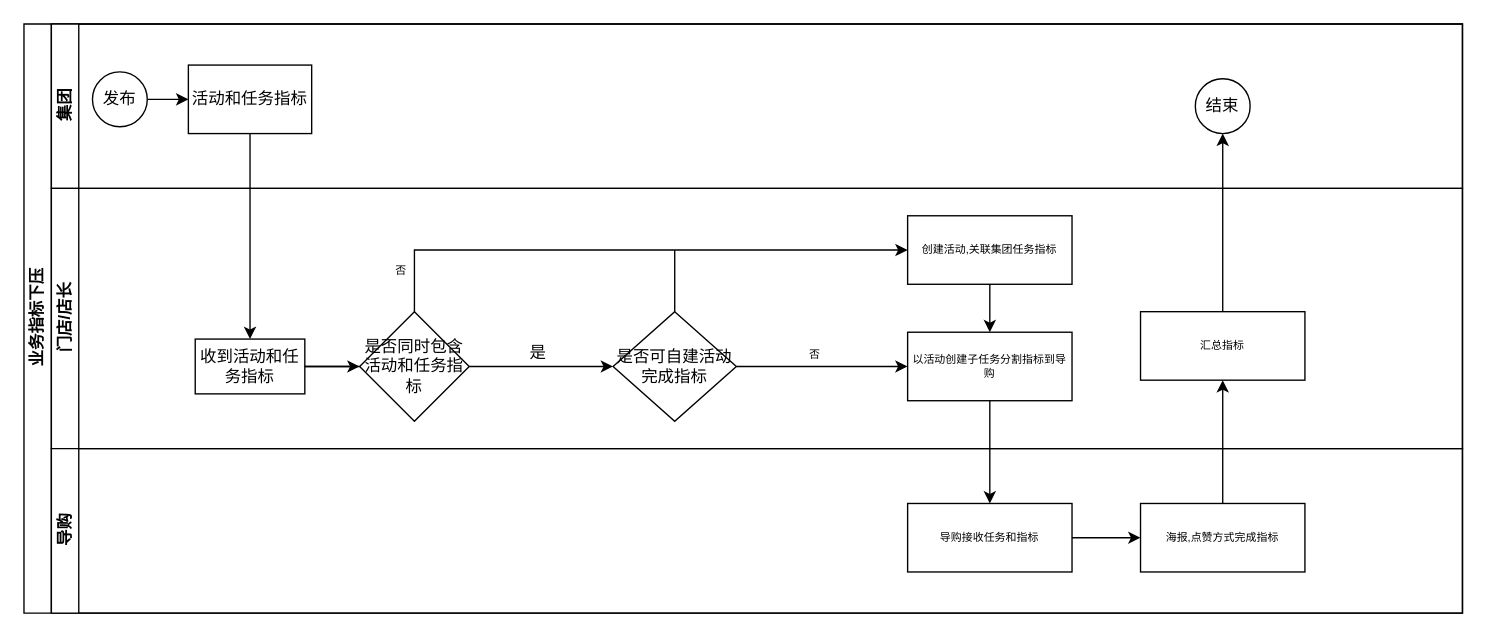
Above: examples/业务闭环.drawio in linxinqiang90/drawio (draw.io), before the change. Source tidied: cells renumbered, new cells numbered last; positions are measured from the earlier drawing's top-left corner, leaving out a move shared by most shapes. Both pictures are drawn from the tidied source at 137%, with x=0, y=0 at pixel (23, 23).
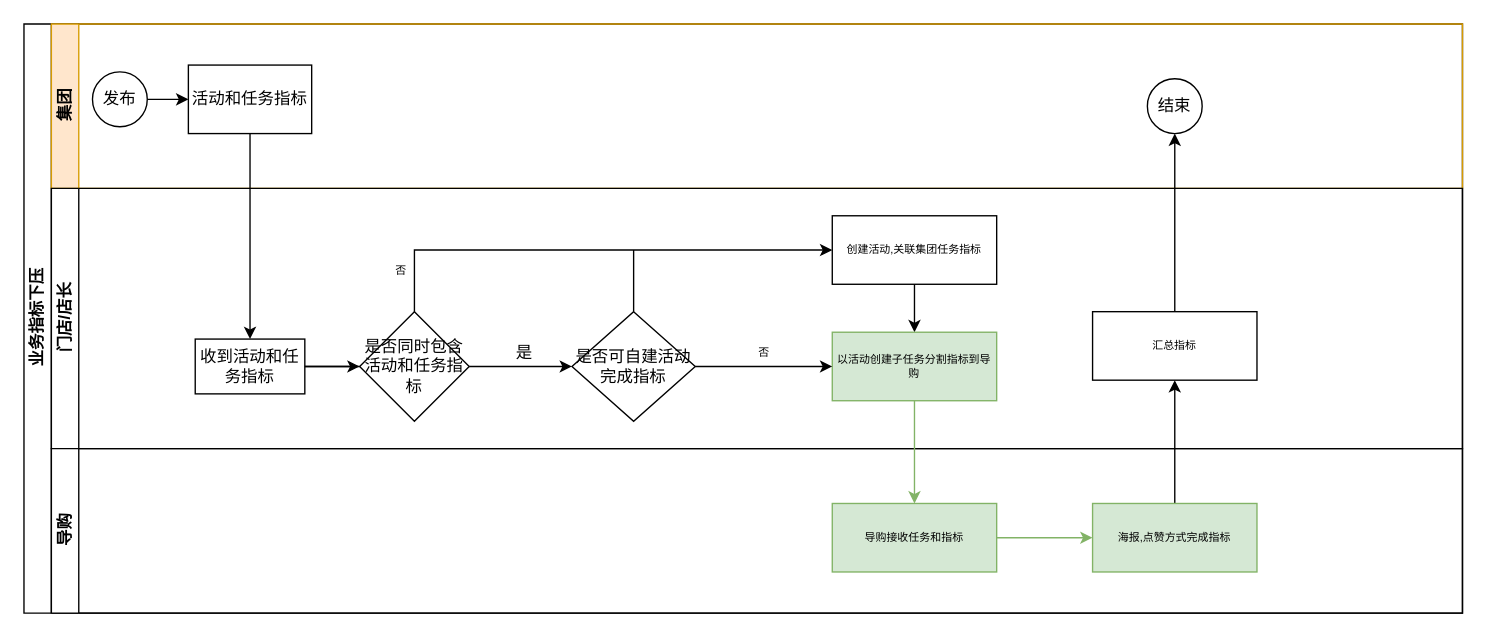
The same diagram, later.

Commit message (it also covers changes not shown here):
更新业务闭环.drawio

Unchanged cells that the change refers to:
```xml
<mxCell id="2" value="业务指标下压" style="swimlane;html=1;horizontal=0;startSize=20;" parent="1" vertex="1">
  <mxGeometry width="1050" height="430" as="geometry" />
</mxCell>
<mxCell id="8" value="门店/店长" style="swimlane;html=1;startSize=20;horizontal=0;" parent="2" vertex="1">
  <mxGeometry x="20" y="120" width="1030" height="190" as="geometry" />
</mxCell>
<mxCell id="25" value="导购" style="swimlane;html=1;startSize=20;horizontal=0;" parent="2" vertex="1">
  <mxGeometry x="20" y="310" width="1030" height="120" as="geometry" />
</mxCell>
```

Diff of the diagram source:
```diff
@@
-    <mxCell id="3" value="集团&lt;br&gt;" style="swimlane;html=1;startSize=20;horizontal=0;" parent="2" vertex="1">
+    <mxCell id="3" value="集团&lt;br&gt;" style="swimlane;html=1;startSize=20;horizontal=0;fillColor=#ffe6cc;strokeColor=#d79b00;" parent="2" vertex="1">
       <mxGeometry x="20" width="1030" height="120" as="geometry" />
     </mxCell>
@@
     <mxCell id="7" value="结束" style="ellipse;whiteSpace=wrap;html=1;" parent="3" vertex="1">
-      <mxGeometry x="835" y="40" width="40" height="40" as="geometry" />
+      <mxGeometry x="800" y="40" width="40" height="40" as="geometry" />
     </mxCell>
+    <mxCell id="31" style="edgeStyle=orthogonalEdgeStyle;rounded=0;jettySize=auto;html=1;fontSize=8;" parent="2" edge="1" source="28" target="16">
+      <mxGeometry relative="1" as="geometry" />
+    </mxCell>
+    <mxCell id="32" style="edgeStyle=orthogonalEdgeStyle;rounded=0;jettySize=auto;html=1;fontSize=8;" parent="2" edge="1" source="16" target="7">
+      <mxGeometry relative="1" as="geometry" />
+    </mxCell>
@@
     <mxCell id="11" value="是否可自建活动完成指标" style="rhombus;whiteSpace=wrap;html=1;fontFamily=Helvetica;fontSize=12;fontColor=#000000;align=center;" parent="8" vertex="1">
-      <mxGeometry x="410" y="90" width="90" height="80" as="geometry" />
+      <mxGeometry x="380" y="90" width="90" height="80" as="geometry" />
     </mxCell>
-    <mxCell id="12" style="edgeStyle=orthogonalEdgeStyle;rounded=0;jettySize=auto;html=1;fontSize=8;" parent="8" edge="1" target="15">
+    <mxCell id="12" style="edgeStyle=orthogonalEdgeStyle;rounded=0;orthogonalLoop=1;jettySize=auto;html=1;fontSize=8;" parent="8" edge="1">
       <mxGeometry relative="1" as="geometry">
-        <mxPoint x="685" y="60" as="sourcePoint" />
+        <mxPoint x="630" y="60" as="sourcePoint" />
+        <mxPoint x="630" y="105" as="targetPoint" />
         <Array as="points">
-          <mxPoint x="685" y="80" />
-          <mxPoint x="685" y="80" />
+          <mxPoint x="630" y="80" />
+          <mxPoint x="630" y="80" />
         </Array>
       </mxGeometry>
     </mxCell>
     <mxCell id="13" value="创建活动,关联集团任务指标" style="whiteSpace=wrap;html=1;fontColor=#000000;fontSize=8;" parent="8" vertex="1">
-      <mxGeometry x="625" y="20" width="120" height="50" as="geometry" />
+      <mxGeometry x="570" y="20" width="120" height="50" as="geometry" />
     </mxCell>
     <mxCell id="14" value="是" style="text;html=1;align=center;verticalAlign=middle;strokeColor=none;fillColor=none;" parent="8" vertex="1">
-      <mxGeometry x="340" y="110" width="30" height="20" as="geometry" />
+      <mxGeometry x="330" y="110" width="30" height="20" as="geometry" />
     </mxCell>
-    <mxCell id="15" value="以活动创建子任务分割指标到导购" style="whiteSpace=wrap;html=1;fontSize=8;fontColor=#000000;" parent="8" vertex="1">
-      <mxGeometry x="625" y="105" width="120" height="50" as="geometry" />
+    <mxCell id="15" value="以活动创建子任务分割指标到导购" style="whiteSpace=wrap;html=1;fontSize=8;fillColor=#d5e8d4;strokeColor=#82b366;" parent="8" vertex="1">
+      <mxGeometry x="570" y="105" width="120" height="50" as="geometry" />
     </mxCell>
     <mxCell id="16" value="汇总指标" style="whiteSpace=wrap;html=1;fontSize=8;rounded=0;" parent="8" vertex="1">
-      <mxGeometry x="795" y="90" width="120" height="50" as="geometry" />
+      <mxGeometry x="760" y="90" width="120" height="50" as="geometry" />
     </mxCell>
-    <mxCell id="17" style="endArrow=classic;html=1;rounded=0;fontSize=8;exitX=1;exitY=0.5;exitDx=0;exitDy=0;" parent="8" edge="1" source="11">
-      <mxGeometry relative="1" as="geometry">
-        <mxPoint x="625" y="130" as="targetPoint" />
-        <Array as="points">
-          <mxPoint x="580" y="130" />
-        </Array>
-      </mxGeometry>
-    </mxCell>
-    <mxCell id="18" value="否" style="edgeLabel;html=1;align=center;verticalAlign=middle;fontSize=8;" parent="17" vertex="1">
-      <mxGeometry x="-0.1" y="-2" relative="1" as="geometry">
-        <mxPoint y="-12" as="offset" />
-      </mxGeometry>
-    </mxCell>
@@
     <mxCell id="24" style="endArrow=none;html=1;rounded=0;fontSize=8;exitX=0.5;exitY=0;exitDx=0;exitDy=0;" parent="8" edge="1" source="11">
       <mxGeometry relative="1" as="geometry">
-        <mxPoint x="455" y="45" as="targetPoint" />
+        <mxPoint x="425" y="45" as="targetPoint" />
       </mxGeometry>
     </mxCell>
+    <mxCell id="33" style="endArrow=classic;html=1;rounded=0;fontSize=8;entryX=0;entryY=0.5;entryDx=0;entryDy=0;exitX=1;exitY=0.5;exitDx=0;exitDy=0;" parent="8" edge="1" source="11" target="15">
+      <mxGeometry relative="1" as="geometry" />
+    </mxCell>
@@
-    <mxCell id="26" style="edgeStyle=orthogonalEdgeStyle;rounded=0;jettySize=auto;html=1;fontSize=8;" parent="25" edge="1" source="27" target="28">
+    <mxCell id="26" style="edgeStyle=orthogonalEdgeStyle;rounded=0;jettySize=auto;html=1;fontSize=8;fillColor=#d5e8d4;strokeColor=#82b366;" parent="25" edge="1" source="27" target="28">
       <mxGeometry relative="1" as="geometry" />
     </mxCell>
-    <mxCell id="27" value="导购接收任务和指标" style="rounded=0;whiteSpace=wrap;html=1;fontSize=8;" parent="25" vertex="1">
-      <mxGeometry x="625" y="40" width="120" height="50" as="geometry" />
+    <mxCell id="27" value="导购接收任务和指标" style="rounded=0;whiteSpace=wrap;html=1;fontSize=8;fillColor=#d5e8d4;strokeColor=#82b366;" parent="25" vertex="1">
+      <mxGeometry x="570" y="40" width="120" height="50" as="geometry" />
     </mxCell>
-    <mxCell id="28" value="海报,点赞方式完成指标" style="whiteSpace=wrap;html=1;fontSize=8;rounded=0;" parent="25" vertex="1">
-      <mxGeometry x="795" y="40" width="120" height="50" as="geometry" />
+    <mxCell id="28" value="海报,点赞方式完成指标" style="whiteSpace=wrap;html=1;fontSize=8;rounded=0;fillColor=#d5e8d4;strokeColor=#82b366;" parent="25" vertex="1">
+      <mxGeometry x="760" y="40" width="120" height="50" as="geometry" />
     </mxCell>
@@
-    <mxCell id="30" style="edgeStyle=orthogonalEdgeStyle;rounded=0;jettySize=auto;html=1;fontSize=8;" parent="2" edge="1" source="15" target="27">
+    <mxCell id="30" style="edgeStyle=orthogonalEdgeStyle;rounded=0;jettySize=auto;html=1;fontSize=8;entryX=0.5;entryY=0;entryDx=0;entryDy=0;fillColor=#d5e8d4;strokeColor=#82b366;" parent="2" edge="1" source="15" target="27">
       <mxGeometry relative="1" as="geometry" />
     </mxCell>
-    <mxCell id="31" style="edgeStyle=orthogonalEdgeStyle;rounded=0;jettySize=auto;html=1;fontSize=8;" parent="2" edge="1" source="28" target="16">
-      <mxGeometry relative="1" as="geometry" />
-    </mxCell>
-    <mxCell id="32" style="edgeStyle=orthogonalEdgeStyle;rounded=0;jettySize=auto;html=1;fontSize=8;" parent="2" edge="1" source="16" target="7">
-      <mxGeometry relative="1" as="geometry" />
-    </mxCell>
+    <mxCell id="18" value="否" style="text;html=1;align=center;verticalAlign=middle;strokeColor=none;fillColor=none;fontSize=8;" parent="1" vertex="1">
+      <mxGeometry x="525" y="230" width="30" height="20" as="geometry" />
+    </mxCell>
```
